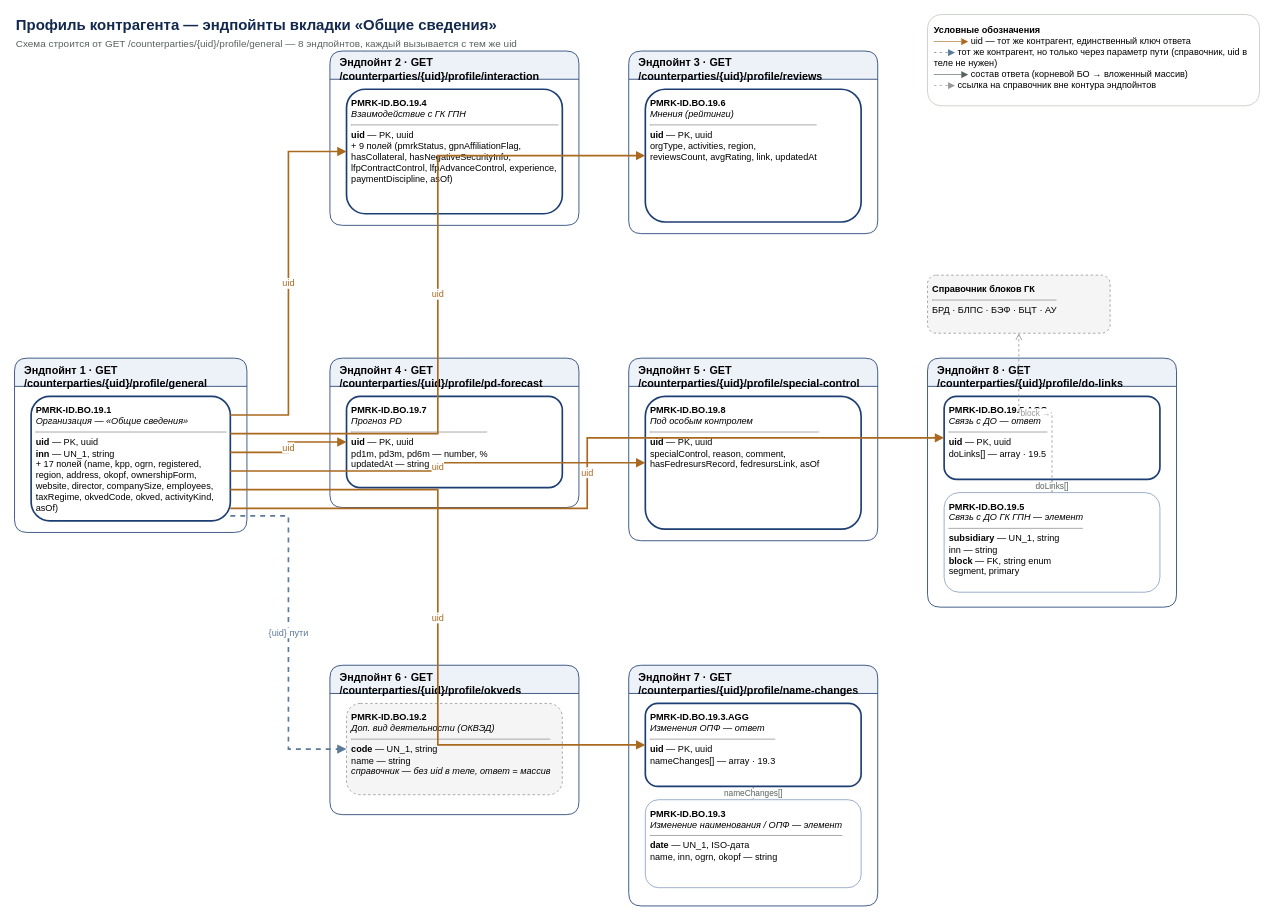
Above: design/api/counterparty-profile-endpoints.drawio in dreamw0rk/pmrk-prototype (draw.io), before the change. Source tidied: cells renumbered, new cells numbered last; positions are measured from the earlier drawing's top-left corner, leaving out a move shared by most shapes. Both pictures are drawn from the tidied source at 83%, with x=0, y=0 at pixel (14, 14).
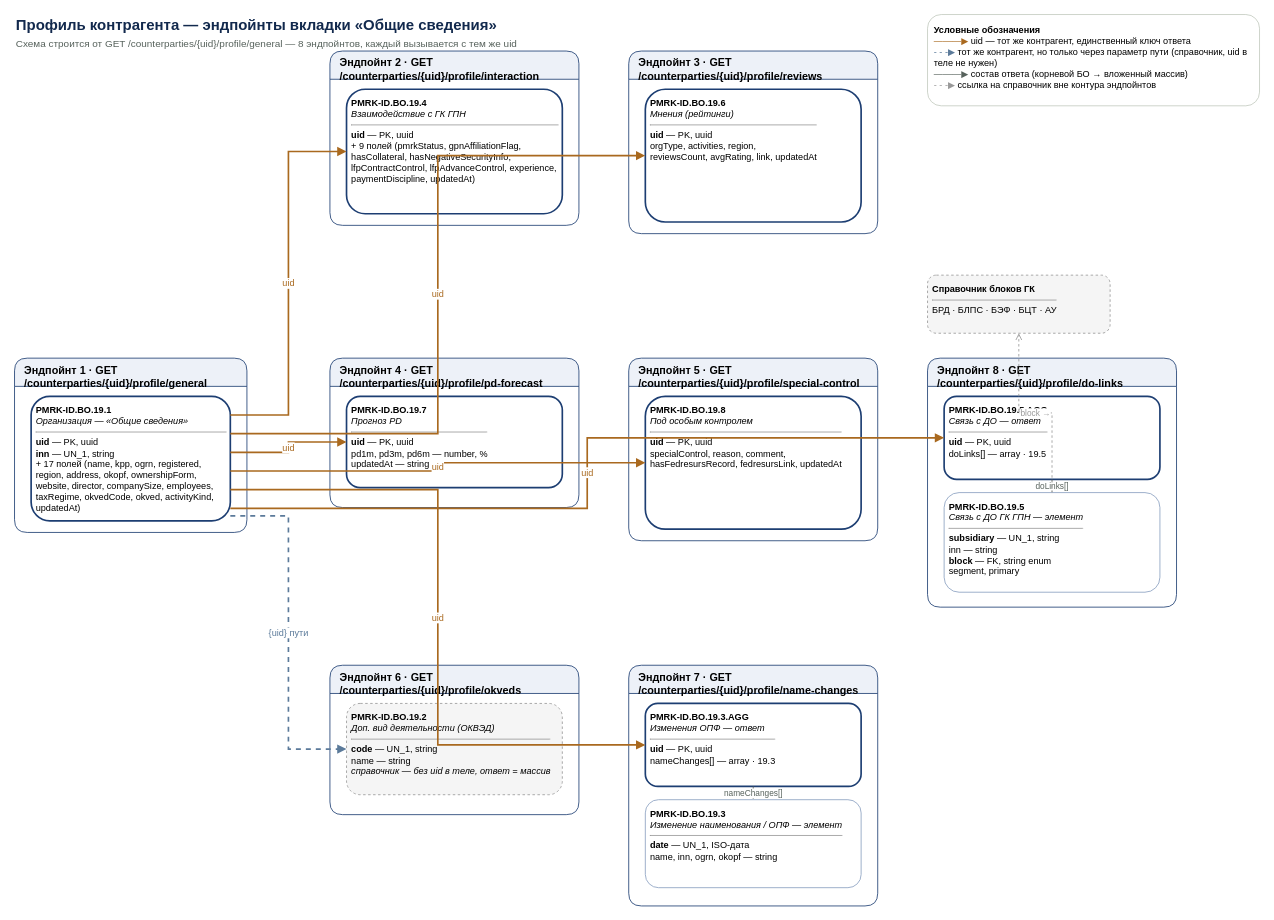
Above is the later version.

Commit message (it also covers changes not shown here):
Профиль контрагента: asOf → updatedAt (дата последнего обновления)

The change refers to these unchanged cells:
```xml
<mxCell id="5" value="Эндпойнт 1 · GET /counterparties/{uid}/profile/general" style="swimlane;rounded=1;whiteSpace=wrap;html=1;startSize=34;fillColor=#EDF1F8;strokeColor=#1D3E72;fontSize=13;fontStyle=1;verticalAlign=top;align=left;spacingLeft=10;" parent="1" vertex="1">
  <mxGeometry y="414" width="280" height="210" as="geometry" />
</mxCell>
<mxCell id="7" value="Эндпойнт 2 · GET /counterparties/{uid}/profile/interaction" style="swimlane;rounded=1;whiteSpace=wrap;html=1;startSize=34;fillColor=#EDF1F8;strokeColor=#1D3E72;fontSize=13;fontStyle=1;verticalAlign=top;align=left;spacingLeft=10;" parent="1" vertex="1">
  <mxGeometry x="380" y="44" width="300" height="210" as="geometry" />
</mxCell>
<mxCell id="13" value="Эндпойнт 5 · GET /counterparties/{uid}/profile/special-control" style="swimlane;rounded=1;whiteSpace=wrap;html=1;startSize=34;fillColor=#EDF1F8;strokeColor=#1D3E72;fontSize=13;fontStyle=1;verticalAlign=top;align=left;spacingLeft=10;" parent="1" vertex="1">
  <mxGeometry x="740" y="414" width="300" height="220" as="geometry" />
</mxCell>
```

Diff of the diagram source:
```diff
@@
-    <mxCell id="6" value="&lt;b&gt;PMRK-ID.BO.19.1&lt;/b&gt;&lt;br&gt;&lt;i&gt;Организация — «Общие сведения»&lt;/i&gt;&lt;hr size=&quot;1&quot;/&gt;&lt;b&gt;uid&lt;/b&gt; — PK, uuid&lt;br&gt;&lt;b&gt;inn&lt;/b&gt; — UN_1, string&lt;br&gt;+ 17 полей (name, kpp, ogrn, registered, region, address, okopf, ownershipForm, website, director, companySize, employees, taxRegime, okvedCode, okved, activityKind, asOf)" style="rounded=1;whiteSpace=wrap;html=1;align=left;verticalAlign=top;fillColor=#FFFFFF;strokeColor=#1D3E72;strokeWidth=2;fontSize=11;spacing=6;" parent="5" vertex="1">
+    <mxCell id="6" value="&lt;b&gt;PMRK-ID.BO.19.1&lt;/b&gt;&lt;br&gt;&lt;i&gt;Организация — «Общие сведения»&lt;/i&gt;&lt;hr size=&quot;1&quot;/&gt;&lt;b&gt;uid&lt;/b&gt; — PK, uuid&lt;br&gt;&lt;b&gt;inn&lt;/b&gt; — UN_1, string&lt;br&gt;+ 17 полей (name, kpp, ogrn, registered, region, address, okopf, ownershipForm, website, director, companySize, employees, taxRegime, okvedCode, okved, activityKind, updatedAt)" style="rounded=1;whiteSpace=wrap;html=1;align=left;verticalAlign=top;fillColor=#FFFFFF;strokeColor=#1D3E72;strokeWidth=2;fontSize=11;spacing=6;" parent="5" vertex="1">
       <mxGeometry x="20" y="46" width="240" height="150" as="geometry" />
     </mxCell>
@@
-    <mxCell id="8" value="&lt;b&gt;PMRK-ID.BO.19.4&lt;/b&gt;&lt;br&gt;&lt;i&gt;Взаимодействие с ГК ГПН&lt;/i&gt;&lt;hr size=&quot;1&quot;/&gt;&lt;b&gt;uid&lt;/b&gt; — PK, uuid&lt;br&gt;+ 9 полей (pmrkStatus, gpnAffiliationFlag, hasCollateral, hasNegativeSecurityInfo, lfpContractControl, lfpAdvanceControl, experience, paymentDiscipline, asOf)" style="rounded=1;whiteSpace=wrap;html=1;align=left;verticalAlign=top;fillColor=#FFFFFF;strokeColor=#1D3E72;strokeWidth=2;fontSize=11;spacing=6;" parent="7" vertex="1">
+    <mxCell id="8" value="&lt;b&gt;PMRK-ID.BO.19.4&lt;/b&gt;&lt;br&gt;&lt;i&gt;Взаимодействие с ГК ГПН&lt;/i&gt;&lt;hr size=&quot;1&quot;/&gt;&lt;b&gt;uid&lt;/b&gt; — PK, uuid&lt;br&gt;+ 9 полей (pmrkStatus, gpnAffiliationFlag, hasCollateral, hasNegativeSecurityInfo, lfpContractControl, lfpAdvanceControl, experience, paymentDiscipline, updatedAt)" style="rounded=1;whiteSpace=wrap;html=1;align=left;verticalAlign=top;fillColor=#FFFFFF;strokeColor=#1D3E72;strokeWidth=2;fontSize=11;spacing=6;" parent="7" vertex="1">
       <mxGeometry x="20" y="46" width="260" height="150" as="geometry" />
     </mxCell>
@@
-    <mxCell id="14" value="&lt;b&gt;PMRK-ID.BO.19.8&lt;/b&gt;&lt;br&gt;&lt;i&gt;Под особым контролем&lt;/i&gt;&lt;hr size=&quot;1&quot;/&gt;&lt;b&gt;uid&lt;/b&gt; — PK, uuid&lt;br&gt;specialControl, reason, comment,&lt;br&gt;hasFedresursRecord, fedresursLink, asOf" style="rounded=1;whiteSpace=wrap;html=1;align=left;verticalAlign=top;fillColor=#FFFFFF;strokeColor=#1D3E72;strokeWidth=2;fontSize=11;spacing=6;" parent="13" vertex="1">
+    <mxCell id="14" value="&lt;b&gt;PMRK-ID.BO.19.8&lt;/b&gt;&lt;br&gt;&lt;i&gt;Под особым контролем&lt;/i&gt;&lt;hr size=&quot;1&quot;/&gt;&lt;b&gt;uid&lt;/b&gt; — PK, uuid&lt;br&gt;specialControl, reason, comment,&lt;br&gt;hasFedresursRecord, fedresursLink, updatedAt" style="rounded=1;whiteSpace=wrap;html=1;align=left;verticalAlign=top;fillColor=#FFFFFF;strokeColor=#1D3E72;strokeWidth=2;fontSize=11;spacing=6;" parent="13" vertex="1">
       <mxGeometry x="20" y="46" width="260" height="160" as="geometry" />
     </mxCell>
```
